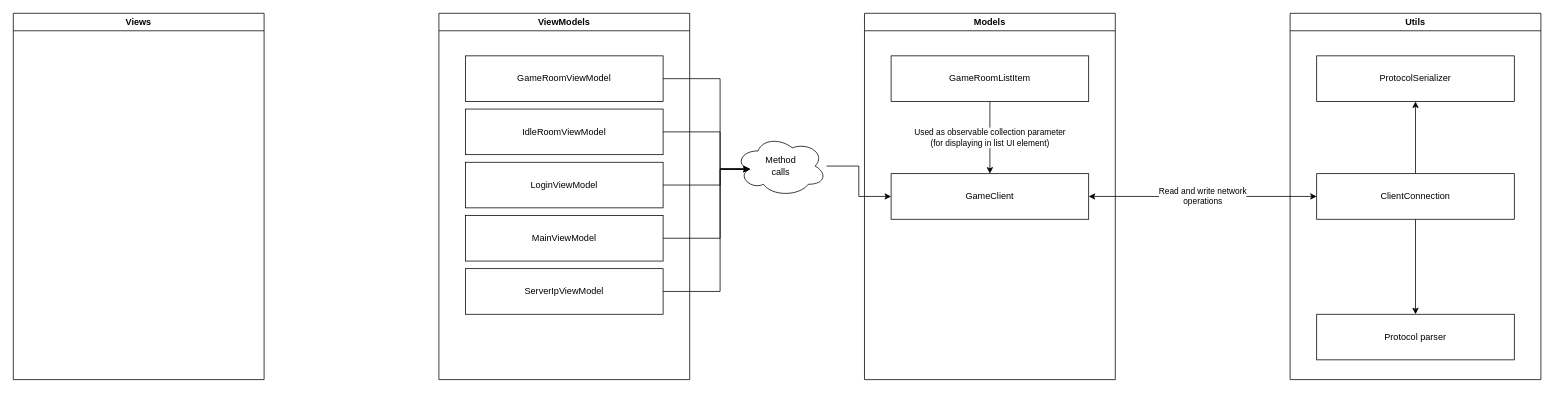
Earlier version of the draw.io diagram doc/client MVVM.drawio (jonas-s-s-s/UpsClient). Source tidied: cells renumbered, new cells numbered last; positions are measured from the earlier drawing's top-left corner, leaving out a move shared by most shapes. Both pictures are drawn from the tidied source at 76%, with x=0, y=0 at pixel (13, 13).
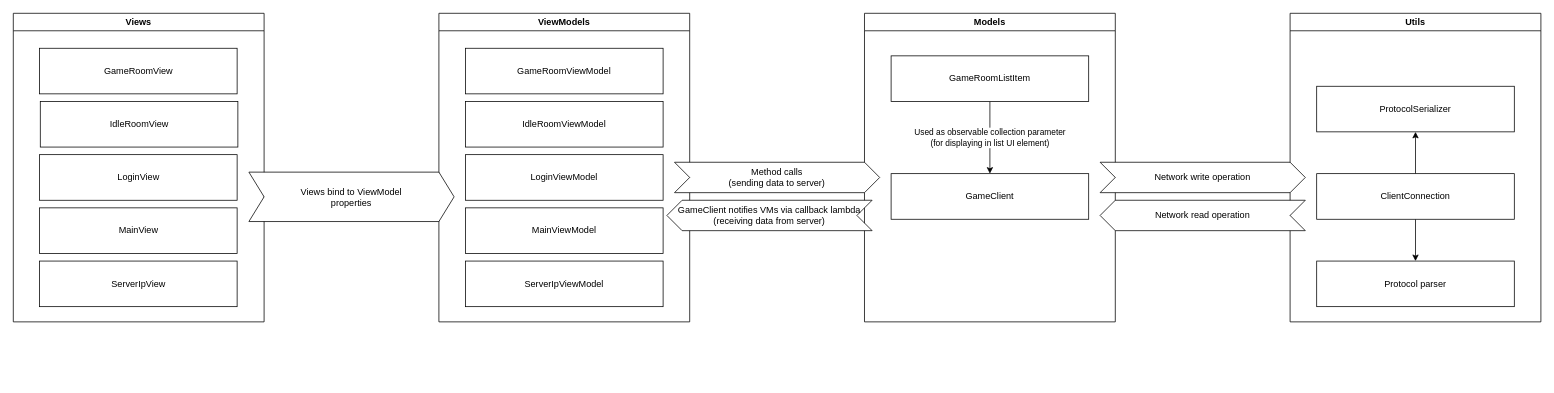
The same page after the edit.

Unchanged cells that the change refers to:
```xml
<mxCell id="10" value="GameClient" style="rounded=0;whiteSpace=wrap;html=1;" parent="9" vertex="1">
  <mxGeometry x="35" y="211" width="260" height="60" as="geometry" />
</mxCell>
<mxCell id="16" value="ClientConnection" style="rounded=0;whiteSpace=wrap;html=1;" parent="13" vertex="1">
  <mxGeometry x="35" y="211" width="260" height="60" as="geometry" />
</mxCell>
```

What changed in the source:
```diff
@@
     <mxCell id="2" value="Views" style="swimlane;whiteSpace=wrap;html=1;startSize=23;" parent="1" vertex="1">
-      <mxGeometry width="330" height="482" as="geometry" />
+      <mxGeometry width="330" height="406" as="geometry" />
     </mxCell>
+    <mxCell id="27" value="GameRoomView" style="rounded=0;whiteSpace=wrap;html=1;" parent="2" vertex="1">
+      <mxGeometry x="34.5" y="46" width="260" height="60" as="geometry" />
+    </mxCell>
+    <mxCell id="28" value="IdleRoomView" style="rounded=0;whiteSpace=wrap;html=1;" parent="2" vertex="1">
+      <mxGeometry x="35.5" y="116" width="260" height="60" as="geometry" />
+    </mxCell>
+    <mxCell id="29" value="LoginView" style="rounded=0;whiteSpace=wrap;html=1;" parent="2" vertex="1">
+      <mxGeometry x="34.5" y="186" width="260" height="60" as="geometry" />
+    </mxCell>
+    <mxCell id="30" value="MainView" style="rounded=0;whiteSpace=wrap;html=1;" parent="2" vertex="1">
+      <mxGeometry x="34.5" y="256" width="260" height="60" as="geometry" />
+    </mxCell>
+    <mxCell id="31" value="ServerIpView" style="rounded=0;whiteSpace=wrap;html=1;" parent="2" vertex="1">
+      <mxGeometry x="34.5" y="326" width="260" height="60" as="geometry" />
+    </mxCell>
     <mxCell id="3" value="ViewModels" style="swimlane;whiteSpace=wrap;html=1;startSize=23;" parent="1" vertex="1">
-      <mxGeometry x="560" width="330" height="482" as="geometry" />
+      <mxGeometry x="560" width="330" height="406" as="geometry" />
     </mxCell>
     <mxCell id="4" value="GameRoomViewModel" style="rounded=0;whiteSpace=wrap;html=1;" parent="3" vertex="1">
-      <mxGeometry x="35" y="56" width="260" height="60" as="geometry" />
+      <mxGeometry x="35" y="46" width="260" height="60" as="geometry" />
     </mxCell>
     <mxCell id="5" value="IdleRoomViewModel" style="rounded=0;whiteSpace=wrap;html=1;" parent="3" vertex="1">
-      <mxGeometry x="35" y="126" width="260" height="60" as="geometry" />
+      <mxGeometry x="35" y="116" width="260" height="60" as="geometry" />
     </mxCell>
     <mxCell id="6" value="LoginViewModel" style="rounded=0;whiteSpace=wrap;html=1;" parent="3" vertex="1">
-      <mxGeometry x="35" y="196" width="260" height="60" as="geometry" />
+      <mxGeometry x="35" y="186" width="260" height="60" as="geometry" />
     </mxCell>
     <mxCell id="7" value="MainViewModel" style="rounded=0;whiteSpace=wrap;html=1;" parent="3" vertex="1">
-      <mxGeometry x="35" y="266" width="260" height="60" as="geometry" />
+      <mxGeometry x="35" y="256" width="260" height="60" as="geometry" />
     </mxCell>
     <mxCell id="8" value="ServerIpViewModel" style="rounded=0;whiteSpace=wrap;html=1;" parent="3" vertex="1">
-      <mxGeometry x="35" y="336" width="260" height="60" as="geometry" />
+      <mxGeometry x="35" y="326" width="260" height="60" as="geometry" />
     </mxCell>
     <mxCell id="9" value="Models" style="swimlane;whiteSpace=wrap;html=1;startSize=23;" parent="1" vertex="1">
-      <mxGeometry x="1120" width="330" height="482" as="geometry" />
+      <mxGeometry x="1120" width="330" height="406" as="geometry" />
     </mxCell>
@@
     <mxCell id="13" value="Utils" style="swimlane;whiteSpace=wrap;html=1;startSize=23;" parent="1" vertex="1">
-      <mxGeometry x="1680" width="330" height="482" as="geometry" />
+      <mxGeometry x="1680" width="330" height="406" as="geometry" />
     </mxCell>
@@
     <mxCell id="17" value="ProtocolSerializer" style="rounded=0;whiteSpace=wrap;html=1;" parent="13" vertex="1">
-      <mxGeometry x="35" y="56" width="260" height="60" as="geometry" />
+      <mxGeometry x="35" y="96" width="260" height="60" as="geometry" />
     </mxCell>
     <mxCell id="18" value="Protocol parser" style="rounded=0;whiteSpace=wrap;html=1;" parent="13" vertex="1">
-      <mxGeometry x="35" y="396" width="260" height="60" as="geometry" />
+      <mxGeometry x="35" y="326" width="260" height="60" as="geometry" />
     </mxCell>
-    <mxCell id="19" value="Read and write network&lt;br&gt;operations" style="edgeStyle=orthogonalEdgeStyle;rounded=0;jettySize=auto;html=1;entryX=1;entryY=0.5;entryDx=0;entryDy=0;startArrow=classic;startFill=1;" parent="1" edge="1" source="16" target="10">
-      <mxGeometry relative="1" as="geometry" />
-    </mxCell>
-    <mxCell id="20" style="edgeStyle=orthogonalEdgeStyle;rounded=0;jettySize=auto;html=1;" parent="1" edge="1" source="21" target="10">
-      <mxGeometry relative="1" as="geometry" />
-    </mxCell>
-    <mxCell id="21" value="Method&lt;br&gt;calls" style="ellipse;shape=cloud;whiteSpace=wrap;html=1;" parent="1" vertex="1">
-      <mxGeometry x="950" y="161" width="120" height="80" as="geometry" />
-    </mxCell>
-    <mxCell id="22" style="edgeStyle=orthogonalEdgeStyle;rounded=0;jettySize=auto;html=1;exitX=1;exitY=0.5;exitDx=0;exitDy=0;entryX=0.16;entryY=0.55;entryDx=0;entryDy=0;entryPerimeter=0;" parent="1" edge="1" source="4" target="21">
-      <mxGeometry relative="1" as="geometry">
-        <Array as="points">
-          <mxPoint x="930" y="86" />
-          <mxPoint x="930" y="205" />
-        </Array>
-      </mxGeometry>
-    </mxCell>
-    <mxCell id="23" style="edgeStyle=orthogonalEdgeStyle;rounded=0;jettySize=auto;html=1;entryX=0.16;entryY=0.55;entryDx=0;entryDy=0;entryPerimeter=0;" parent="1" edge="1" source="5" target="21">
-      <mxGeometry relative="1" as="geometry">
-        <Array as="points">
-          <mxPoint x="930" y="156" />
-          <mxPoint x="930" y="205" />
-        </Array>
-      </mxGeometry>
-    </mxCell>
-    <mxCell id="24" style="edgeStyle=orthogonalEdgeStyle;rounded=0;jettySize=auto;html=1;entryX=0.16;entryY=0.55;entryDx=0;entryDy=0;entryPerimeter=0;" parent="1" edge="1" source="6" target="21">
-      <mxGeometry relative="1" as="geometry">
-        <Array as="points">
-          <mxPoint x="930" y="226" />
-          <mxPoint x="930" y="205" />
-        </Array>
-      </mxGeometry>
-    </mxCell>
-    <mxCell id="25" style="edgeStyle=orthogonalEdgeStyle;rounded=0;jettySize=auto;html=1;entryX=0.16;entryY=0.55;entryDx=0;entryDy=0;entryPerimeter=0;" parent="1" edge="1" source="7" target="21">
-      <mxGeometry relative="1" as="geometry">
-        <Array as="points">
-          <mxPoint x="930" y="296" />
-          <mxPoint x="930" y="205" />
-        </Array>
-      </mxGeometry>
-    </mxCell>
-    <mxCell id="26" style="edgeStyle=orthogonalEdgeStyle;rounded=0;jettySize=auto;html=1;entryX=0.16;entryY=0.55;entryDx=0;entryDy=0;entryPerimeter=0;" parent="1" edge="1" source="8" target="21">
-      <mxGeometry relative="1" as="geometry">
-        <Array as="points">
-          <mxPoint x="930" y="366" />
-          <mxPoint x="930" y="205" />
-        </Array>
-      </mxGeometry>
-    </mxCell>
+    <mxCell id="32" value="Network write operation" style="shape=step;perimeter=stepPerimeter;fixedSize=1;whiteSpace=wrap;html=1;" parent="1" vertex="1">
+      <mxGeometry x="1430" y="196" width="270" height="40" as="geometry" />
+    </mxCell>
+    <mxCell id="33" value="Network read operation" style="shape=step;perimeter=stepPerimeter;fixedSize=1;whiteSpace=wrap;html=1;flipH=1;" parent="1" vertex="1">
+      <mxGeometry x="1430" y="246" width="270" height="40" as="geometry" />
+    </mxCell>
+    <mxCell id="34" value="Method calls &lt;br&gt;(sending data to server)" style="shape=step;perimeter=stepPerimeter;fixedSize=1;whiteSpace=wrap;html=1;" parent="1" vertex="1">
+      <mxGeometry x="870" y="196" width="270" height="40" as="geometry" />
+    </mxCell>
+    <mxCell id="35" value="GameClient notifies VMs via callback lambda&lt;br&gt;(receiving data from server)" style="shape=step;perimeter=stepPerimeter;fixedSize=1;whiteSpace=wrap;html=1;flipH=1;" parent="1" vertex="1">
+      <mxGeometry x="860" y="246" width="270" height="40" as="geometry" />
+    </mxCell>
+    <mxCell id="36" value="Views bind to ViewModel&lt;br&gt;properties" style="shape=step;perimeter=stepPerimeter;fixedSize=1;whiteSpace=wrap;html=1;" parent="1" vertex="1">
+      <mxGeometry x="310" y="209" width="270" height="65" as="geometry" />
+    </mxCell>
```
